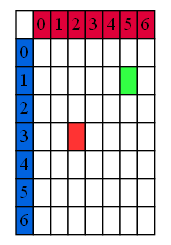
Earlier version of the Graphviz export Matriz.png (MarisolPs618/IPC2_Proyecto1_202112395). Its source is kept beside it as Matriz.dot.
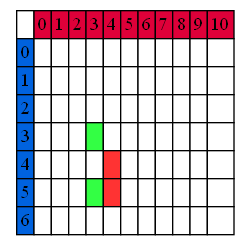
After the change.

What changed in the source:
```diff
@@ -12,9 +12,17 @@
 <td bgcolor="#DE0039">4</td>
 <td bgcolor="#DE0039">5</td>
 <td bgcolor="#DE0039">6</td>
+<td bgcolor="#DE0039">7</td>
+<td bgcolor="#DE0039">8</td>
+<td bgcolor="#DE0039">9</td>
+<td bgcolor="#DE0039">10</td>
 </tr>
 <tr>
 <td bgcolor="#0062DE">0</td>
+<td bgcolor="white"></td>
+<td bgcolor="white"></td>
+<td bgcolor="white"></td>
+<td bgcolor="white"></td>
 <td bgcolor="white"></td>
 <td bgcolor="white"></td>
 <td bgcolor="white"></td>
@@ -30,11 +38,19 @@
 <td bgcolor="white"></td>
 <td bgcolor="white"></td>
 <td bgcolor="white"></td>
-<td bgcolor="#33FF44"></td>
+<td bgcolor="white"></td>
+<td bgcolor="white"></td>
+<td bgcolor="white"></td>
+<td bgcolor="white"></td>
+<td bgcolor="white"></td>
 <td bgcolor="white"></td>
 </tr>
 <tr>
 <td bgcolor="#0062DE">2</td>
+<td bgcolor="white"></td>
+<td bgcolor="white"></td>
+<td bgcolor="white"></td>
+<td bgcolor="white"></td>
 <td bgcolor="white"></td>
 <td bgcolor="white"></td>
 <td bgcolor="white"></td>
@@ -47,7 +63,11 @@
 <td bgcolor="#0062DE">3</td>
 <td bgcolor="white"></td>
 <td bgcolor="white"></td>
-<td bgcolor="#FF3333"></td>
+<td bgcolor="white"></td>
+<td bgcolor="#33FF44"></td>
+<td bgcolor="white"></td>
+<td bgcolor="white"></td>
+<td bgcolor="white"></td>
 <td bgcolor="white"></td>
 <td bgcolor="white"></td>
 <td bgcolor="white"></td>
@@ -59,6 +79,10 @@
 <td bgcolor="white"></td>
 <td bgcolor="white"></td>
 <td bgcolor="white"></td>
+<td bgcolor="#FF3333"></td>
+<td bgcolor="white"></td>
+<td bgcolor="white"></td>
+<td bgcolor="white"></td>
 <td bgcolor="white"></td>
 <td bgcolor="white"></td>
 <td bgcolor="white"></td>
@@ -66,6 +90,10 @@
 <tr>
 <td bgcolor="#0062DE">5</td>
 <td bgcolor="white"></td>
+<td bgcolor="white"></td>
+<td bgcolor="white"></td>
+<td bgcolor="#33FF44"></td>
+<td bgcolor="#FF3333"></td>
 <td bgcolor="white"></td>
 <td bgcolor="white"></td>
 <td bgcolor="white"></td>
@@ -82,6 +110,10 @@
 <td bgcolor="white"></td>
 <td bgcolor="white"></td>
 <td bgcolor="white"></td>
+<td bgcolor="white"></td>
+<td bgcolor="white"></td>
+<td bgcolor="white"></td>
+<td bgcolor="white"></td>
 </tr>
 </table>>];
 }
```
